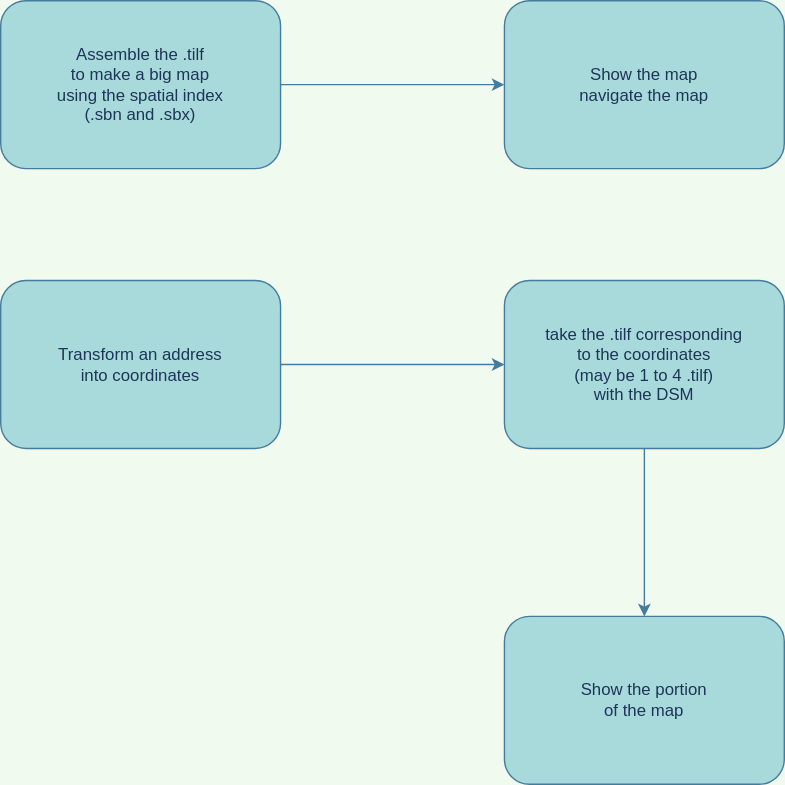
Before: Schemas/Plan.svg, a diagram exported from draw.io (Demesmaeker/3D_Houses). Source tidied: cells renumbered, new cells last; positions are measured from the earlier drawing's top-left corner, leaving out a move shared by most shapes.
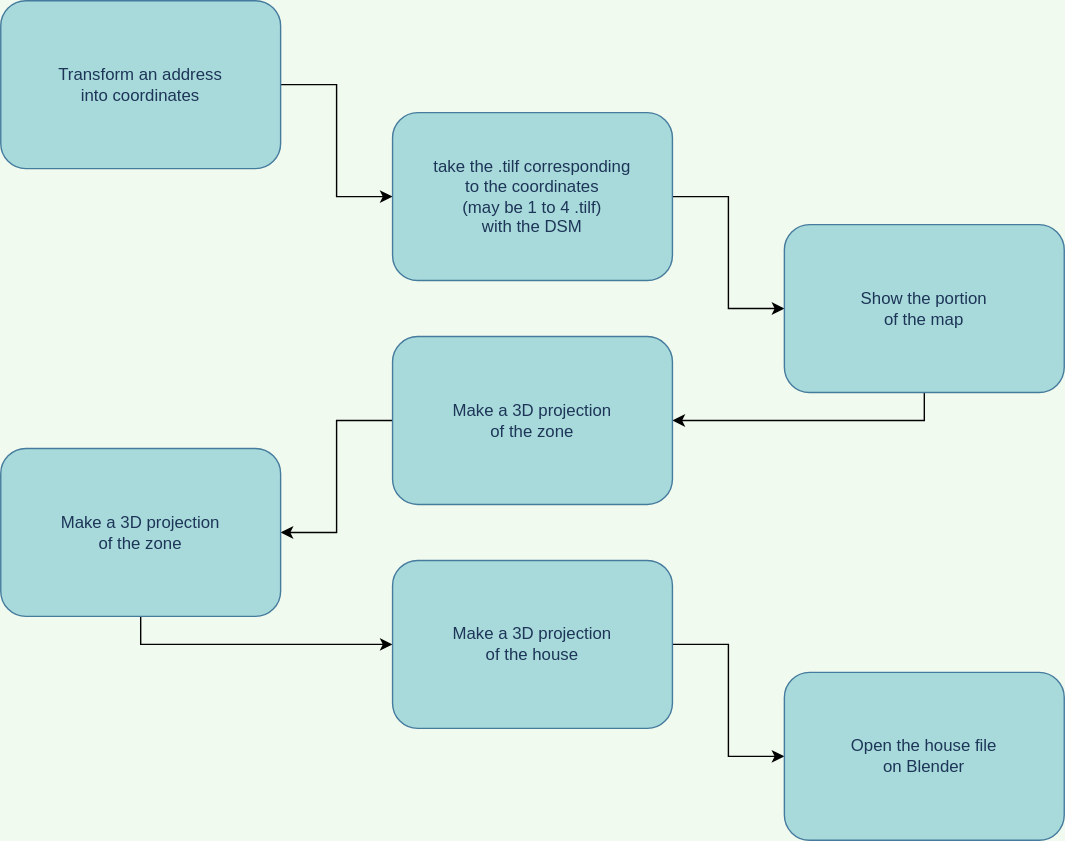
After the commit.

Change to the diagram source:
```diff
@@ -2,29 +2,44 @@
   <root>
     <mxCell id="0" />
     <mxCell id="1" parent="0" />
-    <mxCell id="2" value="&lt;div&gt;Assemble the .tilf&lt;/div&gt;&lt;div&gt;to make a big map&lt;br&gt;&lt;/div&gt;&lt;div&gt;using the spatial index&lt;/div&gt;&lt;div&gt;(.sbn and .sbx)&lt;br&gt;&lt;/div&gt;" style="rounded=1;whiteSpace=wrap;html=1;fillColor=#A8DADC;strokeColor=#457B9D;fontColor=#1D3557;" parent="1" vertex="1">
-      <mxGeometry width="200" height="120" as="geometry" />
-    </mxCell>
-    <mxCell id="3" value="&lt;div&gt;Show the map&lt;/div&gt;&lt;div&gt;navigate the map&lt;br&gt;&lt;/div&gt;" style="rounded=1;whiteSpace=wrap;html=1;fillColor=#A8DADC;strokeColor=#457B9D;fontColor=#1D3557;" parent="1" vertex="1">
-      <mxGeometry x="360" width="200" height="120" as="geometry" />
-    </mxCell>
+    <mxCell id="9" style="edgeStyle=orthogonalEdgeStyle;rounded=0;jettySize=auto;html=1;exitX=1;exitY=0.5;exitDx=0;exitDy=0;entryX=0;entryY=0.5;entryDx=0;entryDy=0;" parent="1" edge="1" source="4" target="6">
+      <mxGeometry relative="1" as="geometry" />
+    </mxCell>
     <mxCell id="4" value="&lt;div&gt;Transform an address&lt;/div&gt;&lt;div&gt;into coordinates&lt;br&gt;&lt;/div&gt;" style="rounded=1;whiteSpace=wrap;html=1;fillColor=#A8DADC;strokeColor=#457B9D;fontColor=#1D3557;" parent="1" vertex="1">
-      <mxGeometry y="200" width="200" height="120" as="geometry" />
+      <mxGeometry width="200" height="120" as="geometry" />
     </mxCell>
-    <mxCell id="5" style="edgeStyle=orthogonalEdgeStyle;rounded=0;jettySize=auto;html=1;exitX=0.5;exitY=1;exitDx=0;exitDy=0;entryX=0.5;entryY=0;entryDx=0;entryDy=0;labelBackgroundColor=#F1FAEE;strokeColor=#457B9D;fontColor=#1D3557;" parent="1" edge="1" source="6" target="7">
+    <mxCell id="5" style="edgeStyle=orthogonalEdgeStyle;rounded=0;jettySize=auto;html=1;exitX=1;exitY=0.5;exitDx=0;exitDy=0;entryX=0;entryY=0.5;entryDx=0;entryDy=0;" parent="1" edge="1" source="6" target="7">
       <mxGeometry relative="1" as="geometry" />
     </mxCell>
     <mxCell id="6" value="&lt;div&gt;take the .tilf corresponding&lt;/div&gt;&lt;div&gt;to the coordinates&lt;/div&gt;&lt;div&gt;(may be 1 to 4 .tilf)&lt;/div&gt;&lt;div&gt;with the DSM&lt;br&gt;&lt;/div&gt;" style="rounded=1;whiteSpace=wrap;html=1;fillColor=#A8DADC;strokeColor=#457B9D;fontColor=#1D3557;" parent="1" vertex="1">
-      <mxGeometry x="360" y="200" width="200" height="120" as="geometry" />
+      <mxGeometry x="280" y="80" width="200" height="120" as="geometry" />
     </mxCell>
+    <mxCell id="10" style="edgeStyle=orthogonalEdgeStyle;rounded=0;jettySize=auto;html=1;exitX=0.5;exitY=1;exitDx=0;exitDy=0;entryX=1;entryY=0.5;entryDx=0;entryDy=0;" parent="1" edge="1" source="7" target="12">
+      <mxGeometry relative="1" as="geometry" />
+    </mxCell>
     <mxCell id="7" value="&lt;div&gt;Show the portion&lt;/div&gt;&lt;div&gt;of the map&lt;/div&gt;" style="rounded=1;whiteSpace=wrap;html=1;fillColor=#A8DADC;strokeColor=#457B9D;fontColor=#1D3557;" parent="1" vertex="1">
-      <mxGeometry x="360" y="440" width="200" height="120" as="geometry" />
+      <mxGeometry x="560" y="160" width="200" height="120" as="geometry" />
     </mxCell>
-    <mxCell id="8" style="endArrow=classic;html=1;exitX=1;exitY=0.5;exitDx=0;exitDy=0;entryX=0;entryY=0.5;entryDx=0;entryDy=0;labelBackgroundColor=#F1FAEE;strokeColor=#457B9D;fontColor=#1D3557;" parent="1" edge="1" source="2" target="3">
-      <mxGeometry relative="1" as="geometry" />
-    </mxCell>
-    <mxCell id="9" style="endArrow=classic;html=1;exitX=1;exitY=0.5;exitDx=0;exitDy=0;entryX=0;entryY=0.5;entryDx=0;entryDy=0;labelBackgroundColor=#F1FAEE;strokeColor=#457B9D;fontColor=#1D3557;" parent="1" edge="1" source="4" target="6">
-      <mxGeometry relative="1" as="geometry" />
-    </mxCell>
+    <mxCell id="11" style="edgeStyle=orthogonalEdgeStyle;rounded=0;jettySize=auto;html=1;exitX=0;exitY=0.5;exitDx=0;exitDy=0;entryX=1;entryY=0.5;entryDx=0;entryDy=0;" parent="1" edge="1" source="12" target="14">
+      <mxGeometry relative="1" as="geometry" />
+    </mxCell>
+    <mxCell id="12" value="&lt;div&gt;Make a 3D projection&lt;/div&gt;&lt;div&gt;of the zone&lt;br&gt;&lt;/div&gt;" style="rounded=1;whiteSpace=wrap;html=1;fillColor=#A8DADC;strokeColor=#457B9D;fontColor=#1D3557;" parent="1" vertex="1">
+      <mxGeometry x="280" y="240" width="200" height="120" as="geometry" />
+    </mxCell>
+    <mxCell id="13" style="edgeStyle=orthogonalEdgeStyle;rounded=0;jettySize=auto;html=1;exitX=0.5;exitY=1;exitDx=0;exitDy=0;entryX=0;entryY=0.5;entryDx=0;entryDy=0;" parent="1" edge="1" source="14" target="16">
+      <mxGeometry relative="1" as="geometry" />
+    </mxCell>
+    <mxCell id="14" value="&lt;div&gt;Make a 3D projection&lt;/div&gt;&lt;div&gt;of the zone&lt;br&gt;&lt;/div&gt;" style="rounded=1;whiteSpace=wrap;html=1;fillColor=#A8DADC;strokeColor=#457B9D;fontColor=#1D3557;" parent="1" vertex="1">
+      <mxGeometry y="320" width="200" height="120" as="geometry" />
+    </mxCell>
+    <mxCell id="15" style="edgeStyle=orthogonalEdgeStyle;rounded=0;jettySize=auto;html=1;exitX=1;exitY=0.5;exitDx=0;exitDy=0;entryX=0;entryY=0.5;entryDx=0;entryDy=0;" parent="1" edge="1" source="16" target="17">
+      <mxGeometry relative="1" as="geometry" />
+    </mxCell>
+    <mxCell id="16" value="&lt;div&gt;Make a 3D projection&lt;/div&gt;&lt;div&gt;of the house&lt;br&gt;&lt;/div&gt;" style="rounded=1;whiteSpace=wrap;html=1;fillColor=#A8DADC;strokeColor=#457B9D;fontColor=#1D3557;" parent="1" vertex="1">
+      <mxGeometry x="280" y="400" width="200" height="120" as="geometry" />
+    </mxCell>
+    <mxCell id="17" value="&lt;div&gt;Open the house file&lt;/div&gt;&lt;div&gt;on Blender&lt;br&gt;&lt;/div&gt;" style="rounded=1;whiteSpace=wrap;html=1;fillColor=#A8DADC;strokeColor=#457B9D;fontColor=#1D3557;" parent="1" vertex="1">
+      <mxGeometry x="560" y="480" width="200" height="120" as="geometry" />
+    </mxCell>
   </root>
 </mxGraphModel>
```
